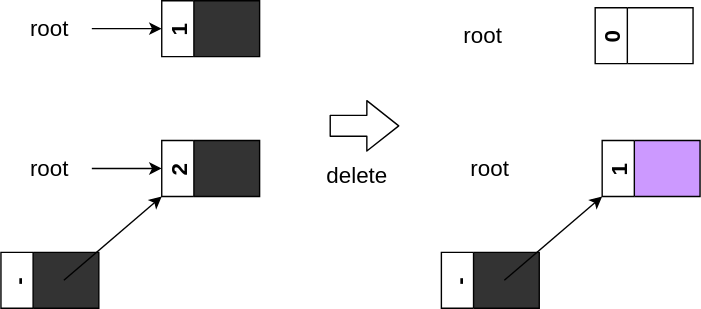
Before: assets/img/lecture_materials/GarbageCollection/ch3/lins-delete.drawio.svg, a diagram exported from draw.io (drop-stones/slides). Source tidied: cells renumbered, new cells last; positions are measured from the earlier drawing's top-left corner, leaving out a move shared by most shapes.
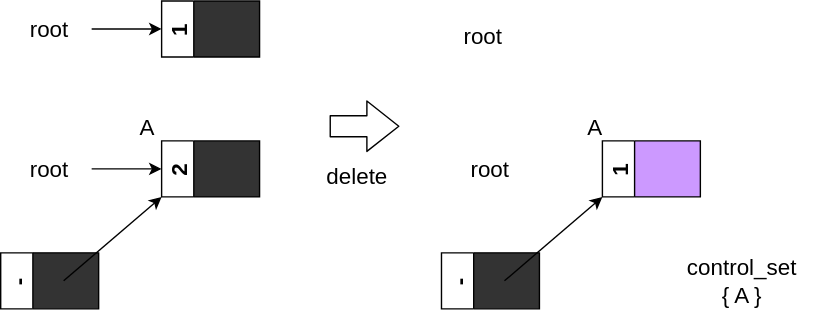
After the change.

The edit, as a diff of the source:
```diff
@@ -23,9 +23,6 @@
     <mxCell id="7" value="&lt;font style=&quot;font-size: 16px&quot;&gt;root&lt;/font&gt;" style="text;html=1;strokeColor=none;fillColor=none;align=center;verticalAlign=middle;whiteSpace=wrap;rounded=0;" parent="1" vertex="1">
       <mxGeometry x="315" y="10" width="60" height="30" as="geometry" />
     </mxCell>
-    <mxCell id="8" value="0" style="swimlane;horizontal=0;fontSize=16;startSize=23;fillColor=none;swimlaneFillColor=#FFFFFF;" parent="1" vertex="1">
-      <mxGeometry x="425" y="5" width="70" height="40" as="geometry" />
-    </mxCell>
     <mxCell id="9" style="edgeStyle=none;html=1;exitX=1;exitY=0.5;exitDx=0;exitDy=0;entryX=0;entryY=0.5;entryDx=0;entryDy=0;" parent="1" edge="1" source="10" target="11">
       <mxGeometry relative="1" as="geometry" />
     </mxCell>
@@ -57,5 +54,14 @@
         <mxPoint x="360" y="200" as="sourcePoint" />
       </mxGeometry>
     </mxCell>
+    <mxCell id="18" value="&lt;span style=&quot;font-size: 16px&quot;&gt;control_set&lt;br&gt;{ A }&lt;br&gt;&lt;/span&gt;" style="text;html=1;strokeColor=none;fillColor=none;align=center;verticalAlign=middle;whiteSpace=wrap;rounded=0;" parent="1" vertex="1">
+      <mxGeometry x="475" y="172.5" width="110" height="55" as="geometry" />
+    </mxCell>
+    <mxCell id="19" value="A" style="text;html=1;strokeColor=none;fillColor=none;align=center;verticalAlign=middle;whiteSpace=wrap;rounded=0;fontSize=16;" parent="1" vertex="1">
+      <mxGeometry x="75" y="75" width="60" height="30" as="geometry" />
+    </mxCell>
+    <mxCell id="20" value="A" style="text;html=1;strokeColor=none;fillColor=none;align=center;verticalAlign=middle;whiteSpace=wrap;rounded=0;fontSize=16;" parent="1" vertex="1">
+      <mxGeometry x="395" y="75" width="60" height="30" as="geometry" />
+    </mxCell>
   </root>
 </mxGraphModel>
```
